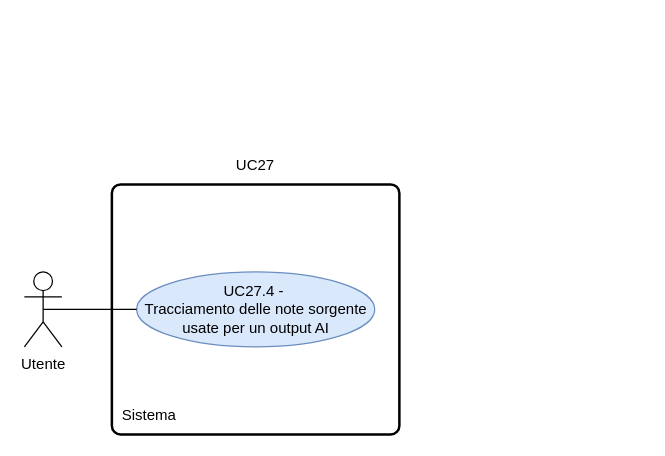
The draw.io diagram RTB/doc_esterna/analisi-dei-requisiti/assets/draw.io/UC27.4.drawio in thebitless-group-swe/thebitless.github.io, before the edit. Source tidied: cells renumbered, new cells numbered last; positions are measured from the earlier drawing's top-left corner, leaving out a move shared by most shapes. Both pictures are drawn from the tidied source at 125%, with x=0, y=0 at pixel (24, 146).
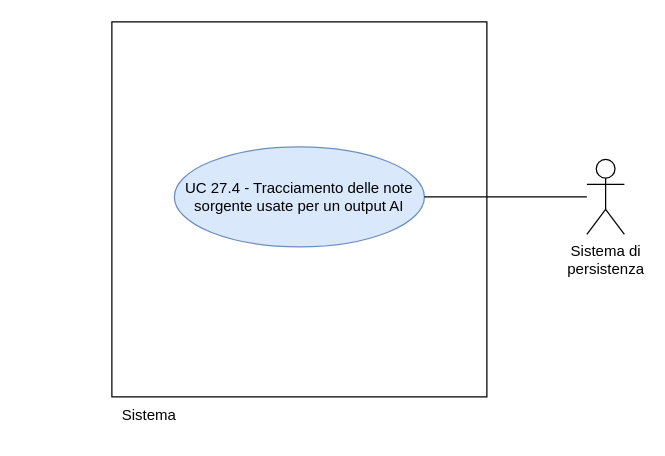
After the change.

Diff of the diagram source:
```diff
@@
 <mxGraphModel>
   <root>
     <mxCell id="0" />
     <mxCell id="1" parent="0" />
-    <mxCell id="2" style="rounded=1;whiteSpace=wrap;html=1;absoluteArcSize=1;arcSize=14;strokeWidth=2;" parent="1" vertex="1">
-      <mxGeometry x="70" y="30" width="230" height="200" as="geometry" />
-    </mxCell>
-    <mxCell id="3" value="Utente" style="shape=umlActor;verticalLabelPosition=bottom;verticalAlign=top;html=1;outlineConnect=0;" parent="1" vertex="1">
-      <mxGeometry y="100" width="30" height="60" as="geometry" />
-    </mxCell>
-    <mxCell id="4" value="UC27" style="text;html=1;whiteSpace=wrap;strokeColor=none;fillColor=none;align=center;verticalAlign=middle;rounded=0;" parent="1" vertex="1">
-      <mxGeometry x="140" width="90" height="30" as="geometry" />
-    </mxCell>
-    <mxCell id="5" value="UC27.4 -&amp;nbsp;&lt;div&gt;Tracciamento delle note sorgente usate per un output AI&lt;/div&gt;" style="ellipse;whiteSpace=wrap;html=1;fillColor=#dae8fc;strokeColor=#6c8ebf;" parent="1" vertex="1">
-      <mxGeometry x="89.8" y="100" width="190.5" height="60" as="geometry" />
-    </mxCell>
-    <mxCell id="6" style="endArrow=none;html=1;rounded=0;exitX=0.5;exitY=0.5;exitDx=0;exitDy=0;exitPerimeter=0;entryX=0;entryY=0.5;entryDx=0;entryDy=0;" parent="1" edge="1" source="3" target="5">
-      <mxGeometry relative="1" as="geometry" />
-    </mxCell>
+    <mxCell id="8" style="whiteSpace=wrap;html=1;" parent="1" vertex="1">
+      <mxGeometry x="70" y="-100" width="300" height="300" as="geometry" />
+    </mxCell>
     <mxCell id="7" value="Sistema" style="text;html=1;whiteSpace=wrap;strokeColor=none;fillColor=none;align=center;verticalAlign=middle;rounded=0;" parent="1" vertex="1">
       <mxGeometry x="70" y="200" width="60" height="30" as="geometry" />
     </mxCell>
+    <mxCell id="9" value="Sistema di&lt;br&gt;persistenza" style="shape=umlActor;verticalLabelPosition=bottom;verticalAlign=top;html=1;outlineConnect=0;" parent="1" vertex="1">
+      <mxGeometry x="450" y="10" width="30" height="60" as="geometry" />
+    </mxCell>
+    <mxCell id="10" value="UC 27.4 - Tracciamento delle note&lt;br&gt;sorgente usate per un output AI" style="ellipse;whiteSpace=wrap;html=1;fillColor=#dae8fc;strokeColor=#6c8ebf;" parent="1" vertex="1">
+      <mxGeometry x="120" width="200" height="80" as="geometry" />
+    </mxCell>
+    <mxCell id="11" style="edgeStyle=none;rounded=0;jettySize=auto;html=1;endArrow=none;endFill=0;" parent="1" edge="1" source="9" target="10">
+      <mxGeometry relative="1" as="geometry" />
+    </mxCell>
   </root>
 </mxGraphModel>
```
